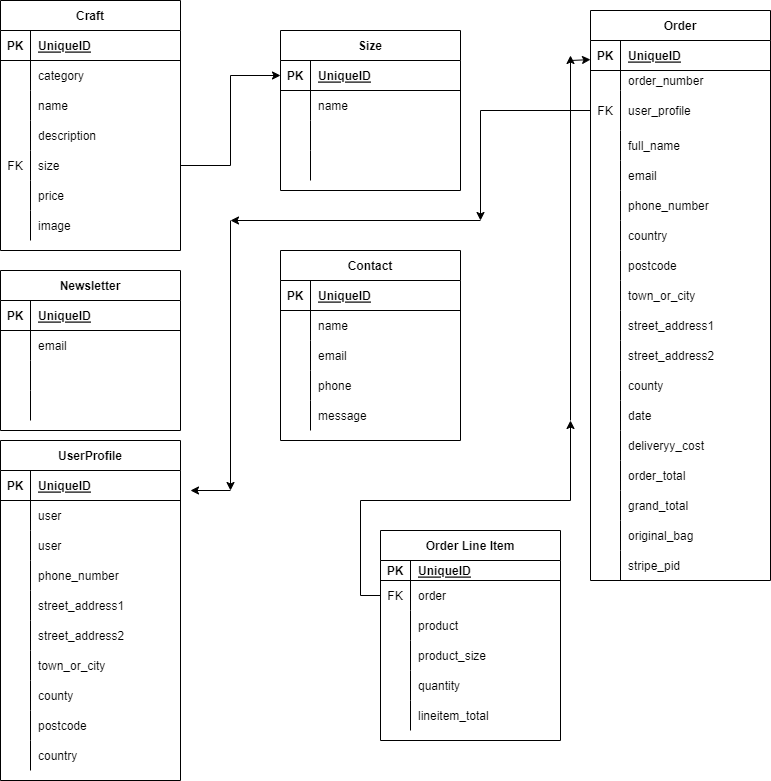
Before: testing/schema.png, a diagram exported from draw.io (pattytonyoneill/caitlins_crafts). Source tidied: cells renumbered, new cells last; positions are measured from the earlier drawing's top-left corner, leaving out a move shared by most shapes.
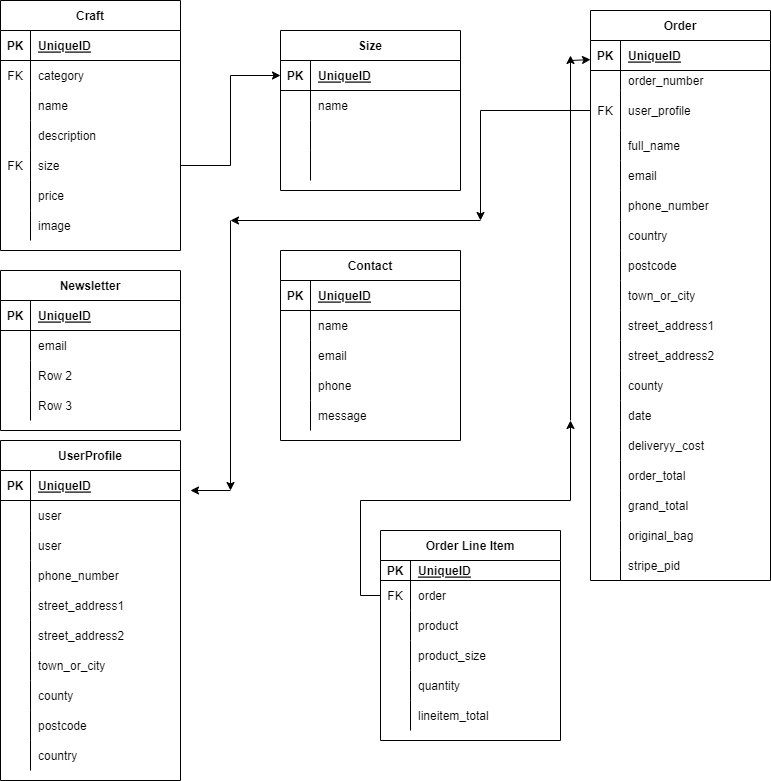
The same diagram one commit later.

What changed in the source:
```diff
@@ -182,7 +182,7 @@
     <mxCell id="61" style="shape=tableRow;horizontal=0;startSize=0;swimlaneHead=0;swimlaneBody=0;fillColor=none;top=0;left=0;right=0;bottom=0;" parent="57" vertex="1">
       <mxGeometry y="60" width="180" height="30" as="geometry" />
     </mxCell>
-    <mxCell id="62" style="shape=partialRectangle;fillColor=none;top=0;left=0;bottom=0;right=0;overflow=hidden;" parent="61" vertex="1">
+    <mxCell id="62" value="FK" style="shape=partialRectangle;fillColor=none;top=0;left=0;bottom=0;right=0;overflow=hidden;" parent="61" vertex="1">
       <mxGeometry width="30" height="30" as="geometry" />
     </mxCell>
     <mxCell id="63" value="category" style="shape=partialRectangle;fillColor=none;top=0;left=0;bottom=0;right=0;align=left;spacingLeft=6;overflow=hidden;" parent="61" vertex="1">
@@ -299,7 +299,7 @@
     <mxCell id="100" style="shape=partialRectangle;fillColor=none;top=0;left=0;bottom=0;right=0;overflow=hidden;" parent="99" vertex="1">
       <mxGeometry width="30" height="30" as="geometry" />
     </mxCell>
-    <mxCell id="101" style="shape=partialRectangle;fillColor=none;top=0;left=0;bottom=0;right=0;align=left;spacingLeft=6;overflow=hidden;" parent="99" vertex="1">
+    <mxCell id="101" value="Row 2" style="shape=partialRectangle;fillColor=none;top=0;left=0;bottom=0;right=0;align=left;spacingLeft=6;overflow=hidden;" parent="99" vertex="1">
       <mxGeometry x="30" width="150" height="30" as="geometry" />
     </mxCell>
     <mxCell id="102" style="shape=tableRow;horizontal=0;startSize=0;swimlaneHead=0;swimlaneBody=0;fillColor=none;top=0;left=0;right=0;bottom=0;" parent="92" vertex="1">
@@ -308,7 +308,7 @@
     <mxCell id="103" style="shape=partialRectangle;fillColor=none;top=0;left=0;bottom=0;right=0;overflow=hidden;" parent="102" vertex="1">
       <mxGeometry width="30" height="30" as="geometry" />
     </mxCell>
-    <mxCell id="104" style="shape=partialRectangle;fillColor=none;top=0;left=0;bottom=0;right=0;align=left;spacingLeft=6;overflow=hidden;" parent="102" vertex="1">
+    <mxCell id="104" value="Row 3" style="shape=partialRectangle;fillColor=none;top=0;left=0;bottom=0;right=0;align=left;spacingLeft=6;overflow=hidden;" parent="102" vertex="1">
       <mxGeometry x="30" width="150" height="30" as="geometry" />
     </mxCell>
     <mxCell id="105" value="Order Line Item" style="shape=table;startSize=30;rowLines=0;fontStyle=1;align=center;" parent="1" vertex="1">
```
